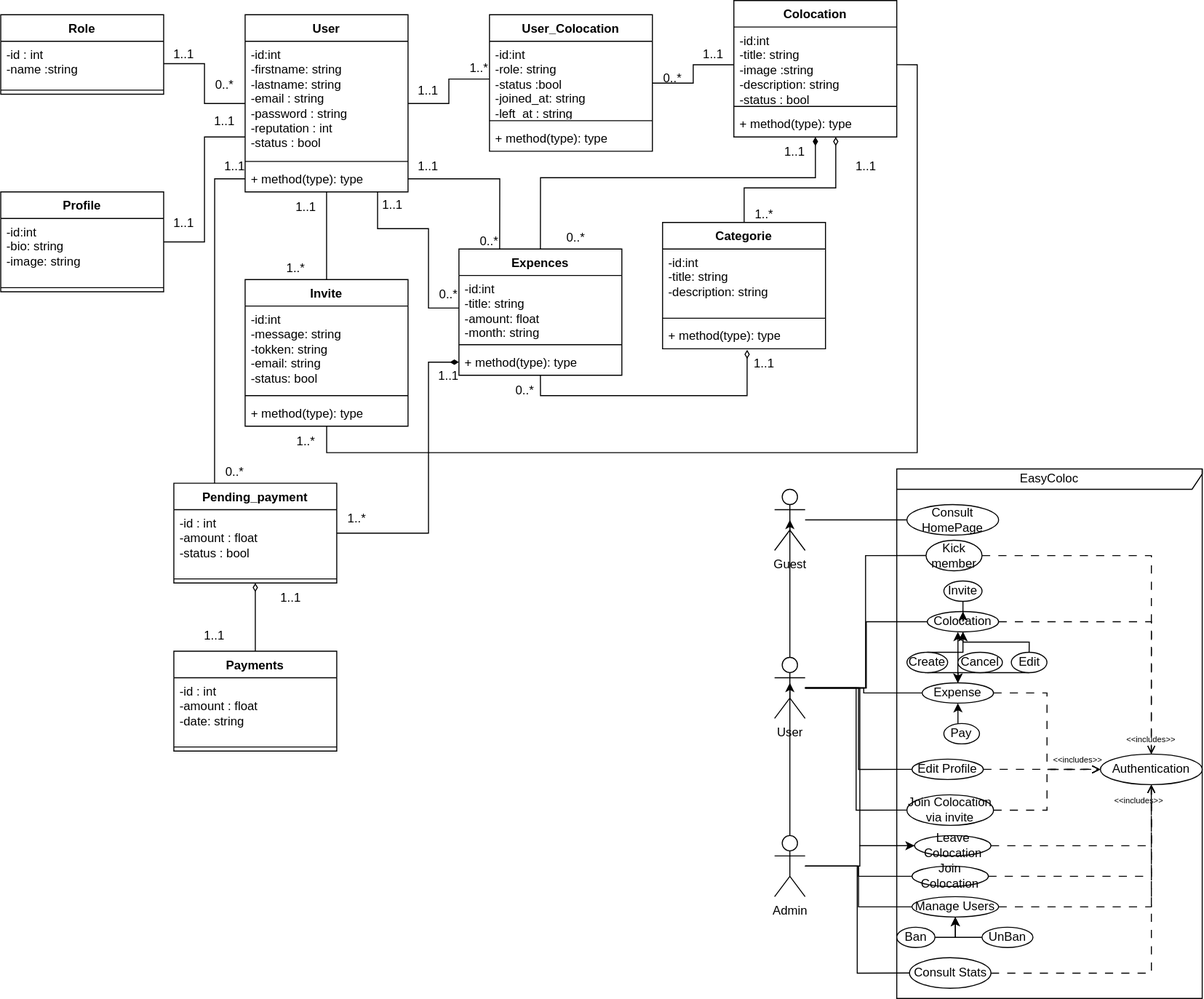
Earlier version of the draw.io export EaseColoc.drawio.svg (Aymanemjj/EasyColoc). Source tidied: cells renumbered, new cells last; positions are measured from the earlier drawing's top-left corner, leaving out a move shared by most shapes.
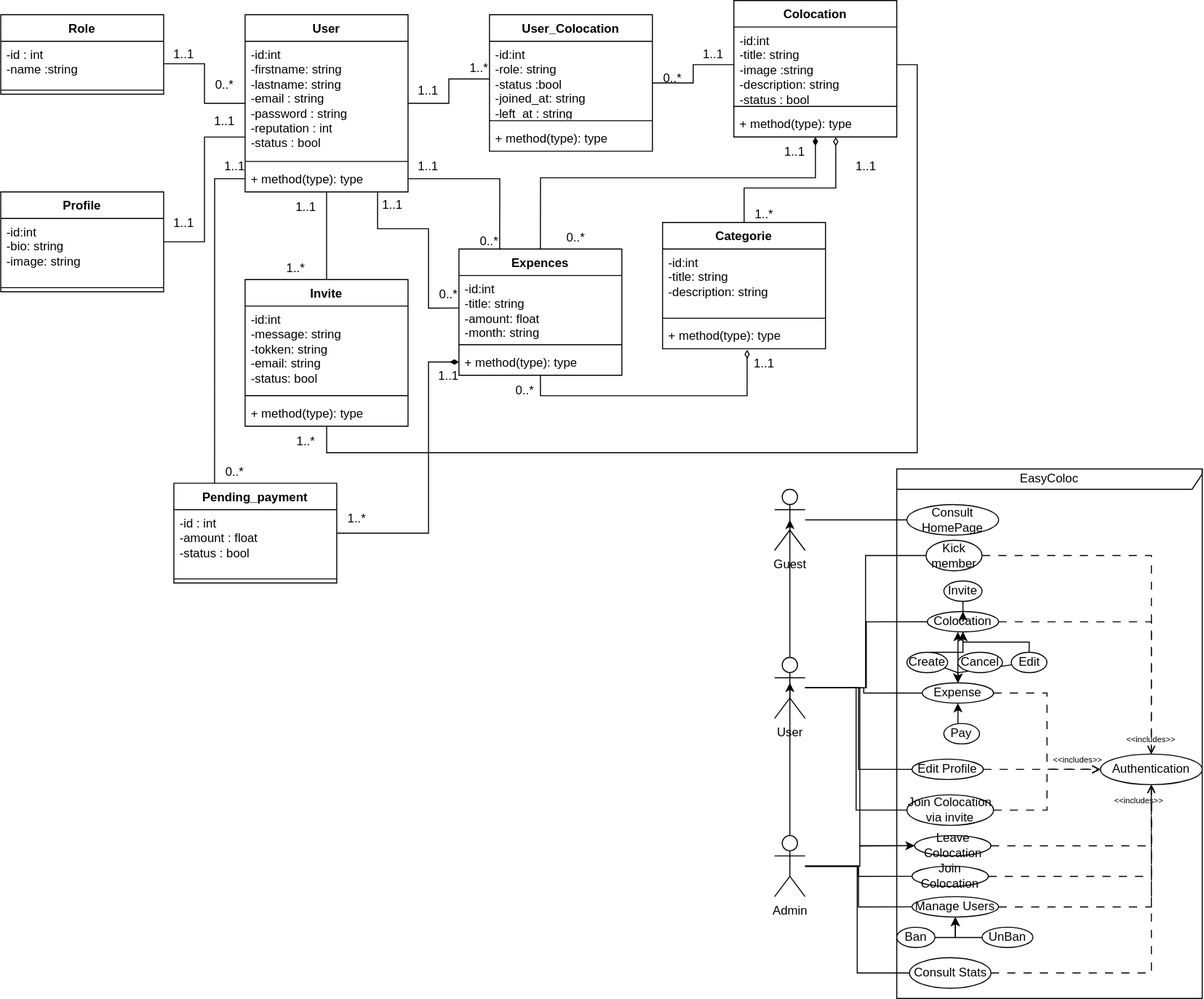
The same diagram one commit later.

What changed in the source:
```diff
@@ -412,18 +412,6 @@
     <mxCell id="114" value="1..1" style="text;html=1;whiteSpace=wrap;strokeColor=none;fillColor=none;align=center;verticalAlign=middle;rounded=0;" parent="1" vertex="1">
       <mxGeometry x="720" y="342" width="60" height="30" as="geometry" />
     </mxCell>
-    <mxCell id="115" style="edgeStyle=orthogonalEdgeStyle;rounded=0;jettySize=auto;html=1;entryX=0.5;entryY=1;entryDx=0;entryDy=0;endArrow=diamondThin;endFill=0;" parent="1" edge="1" source="116" target="126">
-      <mxGeometry relative="1" as="geometry" />
-    </mxCell>
-    <mxCell id="116" value="Payments" style="swimlane;fontStyle=1;align=center;verticalAlign=top;horizontal=1;startSize=26;whiteSpace=wrap;html=1;" parent="1" vertex="1">
-      <mxGeometry x="170" y="639" width="160" height="98" as="geometry" />
-    </mxCell>
-    <mxCell id="117" value="&lt;div&gt;-id : int&lt;/div&gt;&lt;div&gt;-amount : float&lt;/div&gt;&lt;div&gt;-date: string&lt;/div&gt;" style="text;strokeColor=none;fillColor=none;align=left;verticalAlign=top;spacingLeft=4;spacingRight=4;overflow=hidden;whiteSpace=wrap;html=1;" parent="116" vertex="1">
-      <mxGeometry y="26" width="160" height="64" as="geometry" />
-    </mxCell>
-    <mxCell id="118" style="line;strokeWidth=1;fillColor=none;align=left;verticalAlign=middle;spacingTop=-1;spacingLeft=3;spacingRight=3;labelPosition=right;strokeColor=inherit;" parent="116" vertex="1">
-      <mxGeometry y="90" width="160" height="8" as="geometry" />
-    </mxCell>
     <mxCell id="119" value="1..1" style="text;html=1;whiteSpace=wrap;strokeColor=none;fillColor=none;align=center;verticalAlign=middle;rounded=0;" parent="1" vertex="1">
       <mxGeometry x="405" y="155" width="30" height="16" as="geometry" />
     </mxCell>
@@ -474,11 +462,5 @@
     <mxCell id="133" value="1..1" style="text;html=1;whiteSpace=wrap;strokeColor=none;fillColor=none;align=center;verticalAlign=middle;rounded=0;" parent="1" vertex="1">
       <mxGeometry x="410" y="354" width="60" height="30" as="geometry" />
     </mxCell>
-    <mxCell id="134" value="1..1" style="text;html=1;whiteSpace=wrap;strokeColor=none;fillColor=none;align=center;verticalAlign=middle;rounded=0;" parent="1" vertex="1">
-      <mxGeometry x="270" y="572" width="30" height="30" as="geometry" />
-    </mxCell>
-    <mxCell id="135" value="1..1" style="text;html=1;whiteSpace=wrap;strokeColor=none;fillColor=none;align=center;verticalAlign=middle;rounded=0;" parent="1" vertex="1">
-      <mxGeometry x="190" y="609" width="40" height="30" as="geometry" />
-    </mxCell>
   </root>
 </mxGraphModel>
```
